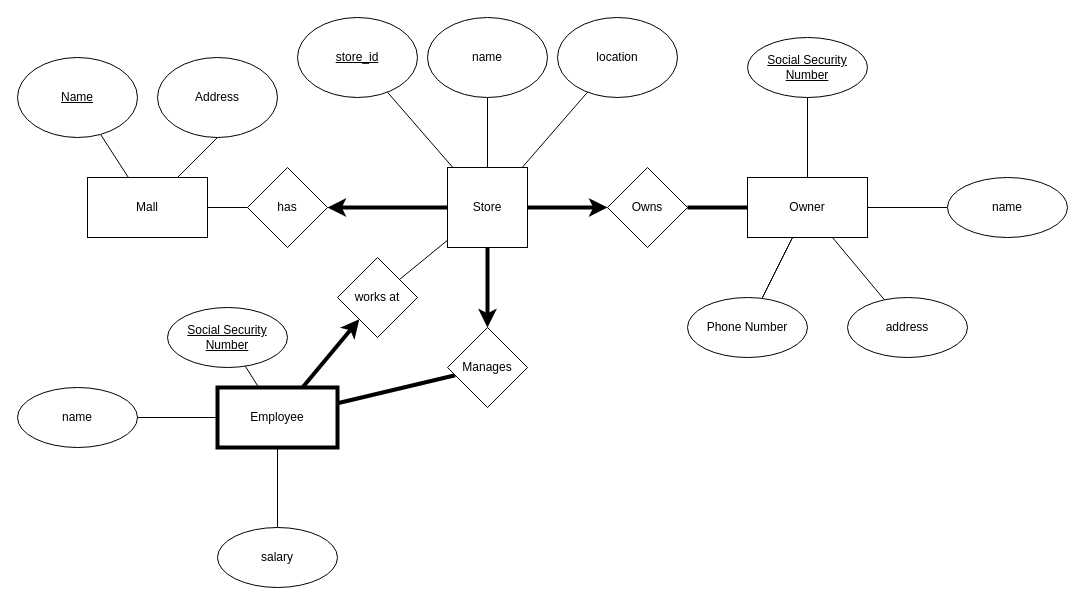
Before: Untitled Diagram.drawio in PAhmed2020/test_fork_repository, a draw.io diagram. Source tidied: cells renumbered, new cells numbered last; positions are measured from the earlier drawing's top-left corner, leaving out a move shared by most shapes. Both pictures are drawn from the tidied source at 100%, with x=0, y=0 at pixel (17, 17).
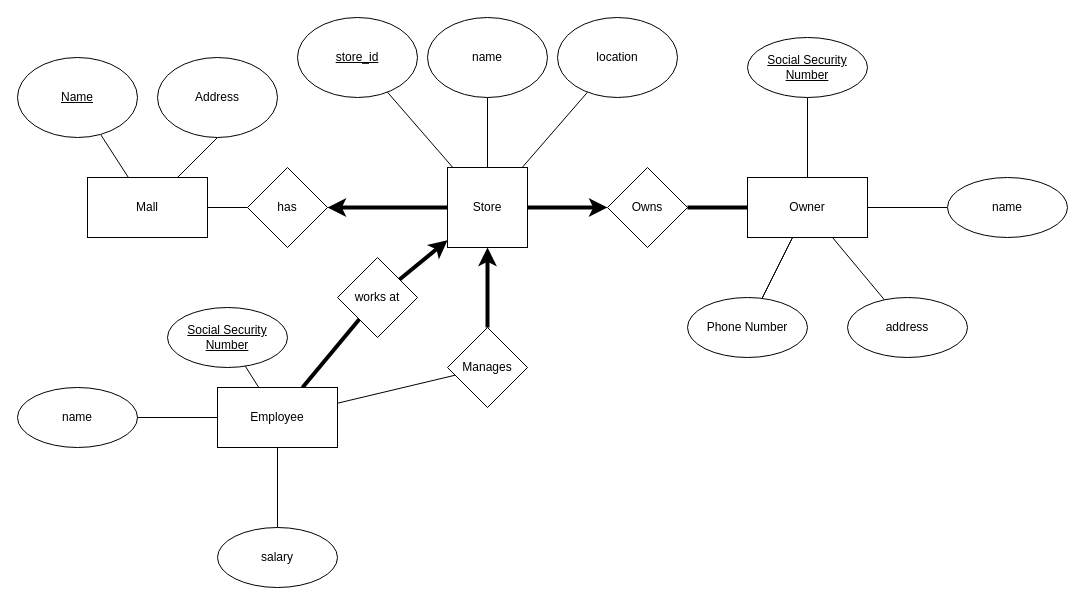
The same diagram, later.

The change refers to these unchanged cells:
```xml
<mxCell id="7" value="Store" style="whiteSpace=wrap;html=1;" parent="1" vertex="1">
  <mxGeometry x="430" y="150" width="80" height="80" as="geometry" />
</mxCell>
<mxCell id="32" value="Manages" style="rhombus;whiteSpace=wrap;html=1;" parent="1" vertex="1">
  <mxGeometry x="430" y="310" width="80" height="80" as="geometry" />
</mxCell>
<mxCell id="42" value="works at" style="rhombus;whiteSpace=wrap;html=1;strokeWidth=1;" parent="1" vertex="1">
  <mxGeometry x="320" y="240" width="80" height="80" as="geometry" />
</mxCell>
```

What changed in the source:
```diff
@@
-    <mxCell id="6" style="edgeStyle=none;rounded=1;jettySize=auto;html=1;startArrow=none;startFill=0;endArrow=classic;endFill=1;strokeColor=default;strokeWidth=4;" parent="1" edge="1" source="7" target="32">
+    <mxCell id="6" style="edgeStyle=none;rounded=1;jettySize=auto;html=1;startArrow=classic;startFill=1;endArrow=none;endFill=0;strokeColor=default;strokeWidth=4;" parent="1" edge="1" source="7" target="32">
       <mxGeometry relative="1" as="geometry" />
     </mxCell>
@@
-    <mxCell id="31" style="edgeStyle=none;rounded=1;jettySize=auto;html=1;startArrow=none;startFill=0;endArrow=none;endFill=0;strokeColor=default;strokeWidth=4;" parent="1" edge="1" source="32" target="36">
+    <mxCell id="31" style="edgeStyle=none;rounded=1;jettySize=auto;html=1;startArrow=none;startFill=0;endArrow=none;endFill=0;strokeColor=default;strokeWidth=1;" parent="1" edge="1" source="32" target="36">
       <mxGeometry relative="1" as="geometry" />
     </mxCell>
@@
-    <mxCell id="33" style="edgeStyle=none;rounded=1;jettySize=auto;html=1;startArrow=none;startFill=0;endArrow=classic;endFill=1;strokeColor=default;strokeWidth=4;" parent="1" edge="1" source="36" target="42">
+    <mxCell id="33" style="edgeStyle=none;rounded=1;jettySize=auto;html=1;startArrow=none;startFill=0;endArrow=none;endFill=0;strokeColor=default;strokeWidth=4;" parent="1" edge="1" source="36" target="42">
       <mxGeometry relative="1" as="geometry" />
     </mxCell>
@@
-    <mxCell id="36" value="Employee" style="whiteSpace=wrap;html=1;strokeWidth=4;" parent="1" vertex="1">
+    <mxCell id="36" value="Employee" style="whiteSpace=wrap;html=1;strokeWidth=1;" parent="1" vertex="1">
       <mxGeometry x="200" y="370" width="120" height="60" as="geometry" />
     </mxCell>
@@
-    <mxCell id="41" style="edgeStyle=none;rounded=1;jettySize=auto;html=1;startArrow=none;startFill=0;endArrow=none;endFill=0;strokeColor=default;strokeWidth=1;" parent="1" edge="1" source="42" target="7">
+    <mxCell id="41" style="edgeStyle=none;rounded=1;jettySize=auto;html=1;startArrow=none;startFill=0;endArrow=classic;endFill=1;strokeColor=default;strokeWidth=4;" parent="1" edge="1" source="42" target="7">
       <mxGeometry relative="1" as="geometry" />
     </mxCell>
```
